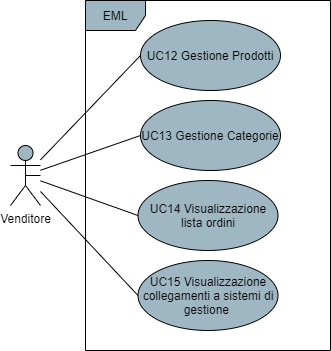
Omicron-Team/Documentazione keeps this draw.io diagram as DocumentazioneEsterna/AnalisiDeiRequisiti/res/UseCase/Immagini/MerchantDashboard.png. Above is the earlier version. Source tidied: cells renumbered, new cells last; positions are measured from the earlier drawing's top-left corner, leaving out a move shared by most shapes.
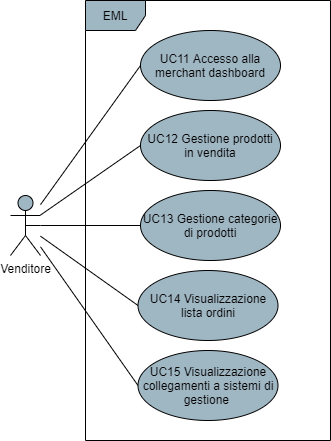
Later version of the same file.

Commit message:
Uniti login, aggiunto accesso a merchant dashboard

Change to the diagram source:
```diff
@@ -15,15 +15,15 @@
       <mxGeometry relative="1" as="geometry" />
     </mxCell>
     <mxCell id="6" value="Venditore" style="shape=umlActor;verticalLabelPosition=bottom;verticalAlign=top;html=1;fillColor=#9FB6C3;" parent="1" vertex="1">
-      <mxGeometry y="145" width="30" height="60" as="geometry" />
+      <mxGeometry y="105" width="30" height="60" as="geometry" />
     </mxCell>
     <mxCell id="7" value="EML" style="shape=umlFrame;whiteSpace=wrap;html=1;fillColor=#9FB6C3;" parent="1" vertex="1">
-      <mxGeometry x="75" width="245" height="350" as="geometry" />
+      <mxGeometry x="75" y="-90" width="245" height="440" as="geometry" />
     </mxCell>
-    <mxCell id="8" value="UC12 Gestione Prodotti" style="ellipse;whiteSpace=wrap;html=1;fillColor=#9FB6C3;" parent="1" vertex="1">
+    <mxCell id="8" value="UC12 Gestione prodotti in vendita" style="ellipse;whiteSpace=wrap;html=1;fillColor=#9FB6C3;" parent="1" vertex="1">
       <mxGeometry x="130" y="20" width="140" height="70" as="geometry" />
     </mxCell>
-    <mxCell id="9" value="UC13 Gestione Categorie" style="ellipse;whiteSpace=wrap;html=1;fillColor=#9FB6C3;" parent="1" vertex="1">
+    <mxCell id="9" value="UC13 Gestione categorie di prodotti" style="ellipse;whiteSpace=wrap;html=1;fillColor=#9FB6C3;" parent="1" vertex="1">
       <mxGeometry x="130" y="100" width="140" height="70" as="geometry" />
     </mxCell>
     <mxCell id="10" value="UC14 Visualizzazione lista ordini" style="ellipse;whiteSpace=wrap;html=1;fillColor=#9FB6C3;" parent="1" vertex="1">
@@ -35,5 +35,11 @@
     <mxCell id="12" style="edgeStyle=none;rounded=0;orthogonalLoop=1;jettySize=auto;html=1;exitX=0.5;exitY=0.5;exitDx=0;exitDy=0;exitPerimeter=0;startArrow=none;startFill=0;endArrow=none;endFill=0;" parent="1" edge="1" source="6" target="6">
       <mxGeometry relative="1" as="geometry" />
     </mxCell>
+    <mxCell id="13" value="UC11 Accesso alla merchant dashboard" style="ellipse;whiteSpace=wrap;html=1;fillColor=#9FB6C3;" parent="1" vertex="1">
+      <mxGeometry x="130" y="-60" width="140" height="70" as="geometry" />
+    </mxCell>
+    <mxCell id="14" style="rounded=0;jettySize=auto;html=1;entryX=0;entryY=0.5;entryDx=0;entryDy=0;endArrow=none;endFill=0;" parent="1" edge="1" source="6" target="13">
+      <mxGeometry relative="1" as="geometry" />
+    </mxCell>
   </root>
 </mxGraphModel>
```
